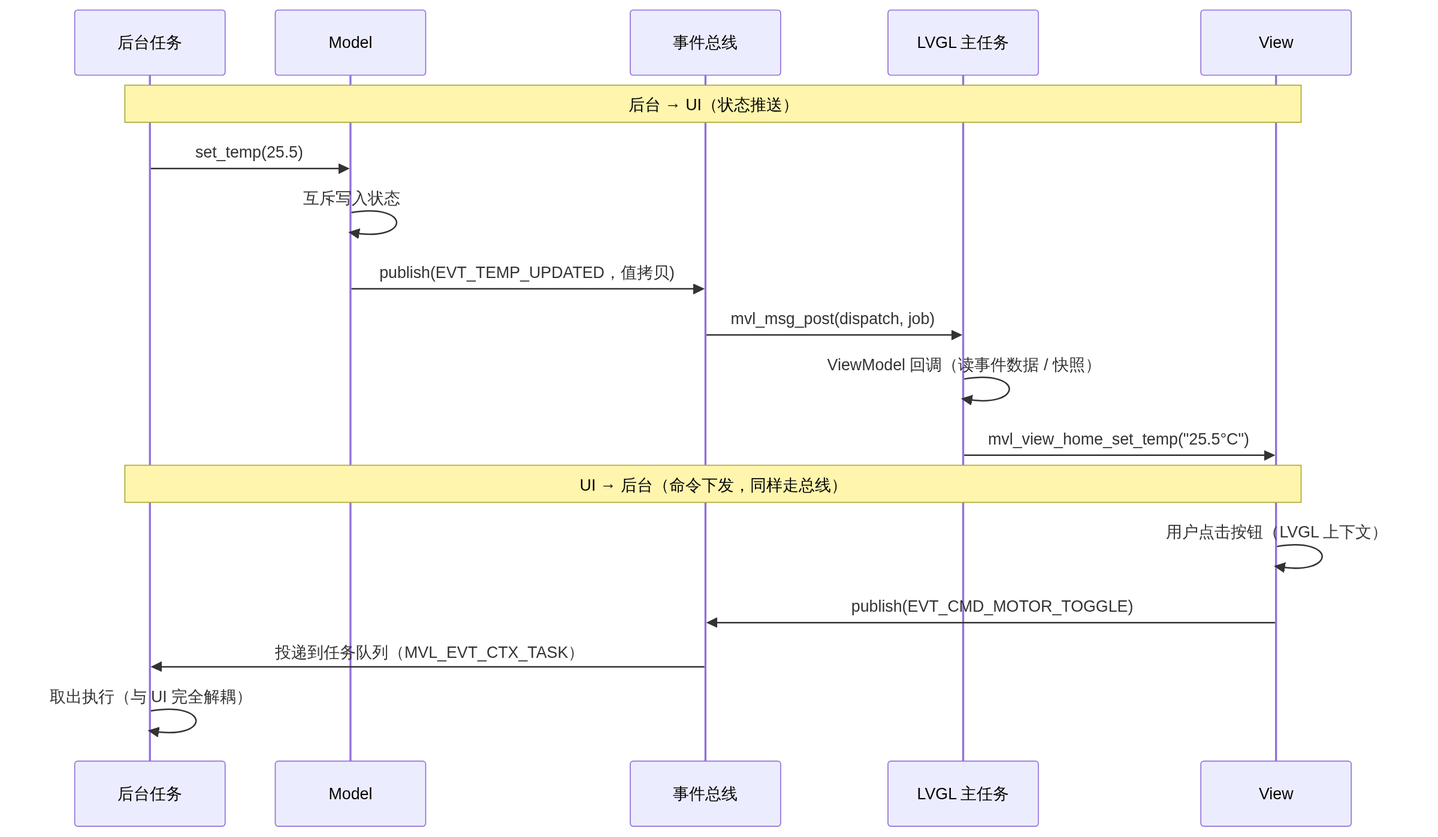
Above: docs/assets/design_05.png in smallerxuan/mvl (Mermaid), before the change. Its source is kept beside it as docs/assets/design_05.mmd. Its diagram source:
```mermaid
sequenceDiagram
    participant T as 后台任务
    participant M as Model
    participant E as 事件总线
    participant G as LVGL 主任务
    participant V as View

    Note over T,V: 后台 → UI（状态推送）
    T->>M: set_temp(25.5)
    M->>M: 互斥写入状态
    M->>E: publish(EVT_TEMP_UPDATED，值拷贝)
    E->>G: mvl_msg_post(dispatch, job)
    G->>G: ViewModel 回调（读事件数据 / 快照）
    G->>V: mvl_view_home_set_temp("25.5°C")

    Note over T,V: UI → 后台（命令下发，同样走总线）
    V->>V: 用户点击按钮（LVGL 上下文）
    V->>E: publish(EVT_CMD_MOTOR_TOGGLE)
    E->>T: 投递到任务队列（MVL_EVT_CTX_TASK）
    T->>T: 取出执行（与 UI 完全解耦）
```
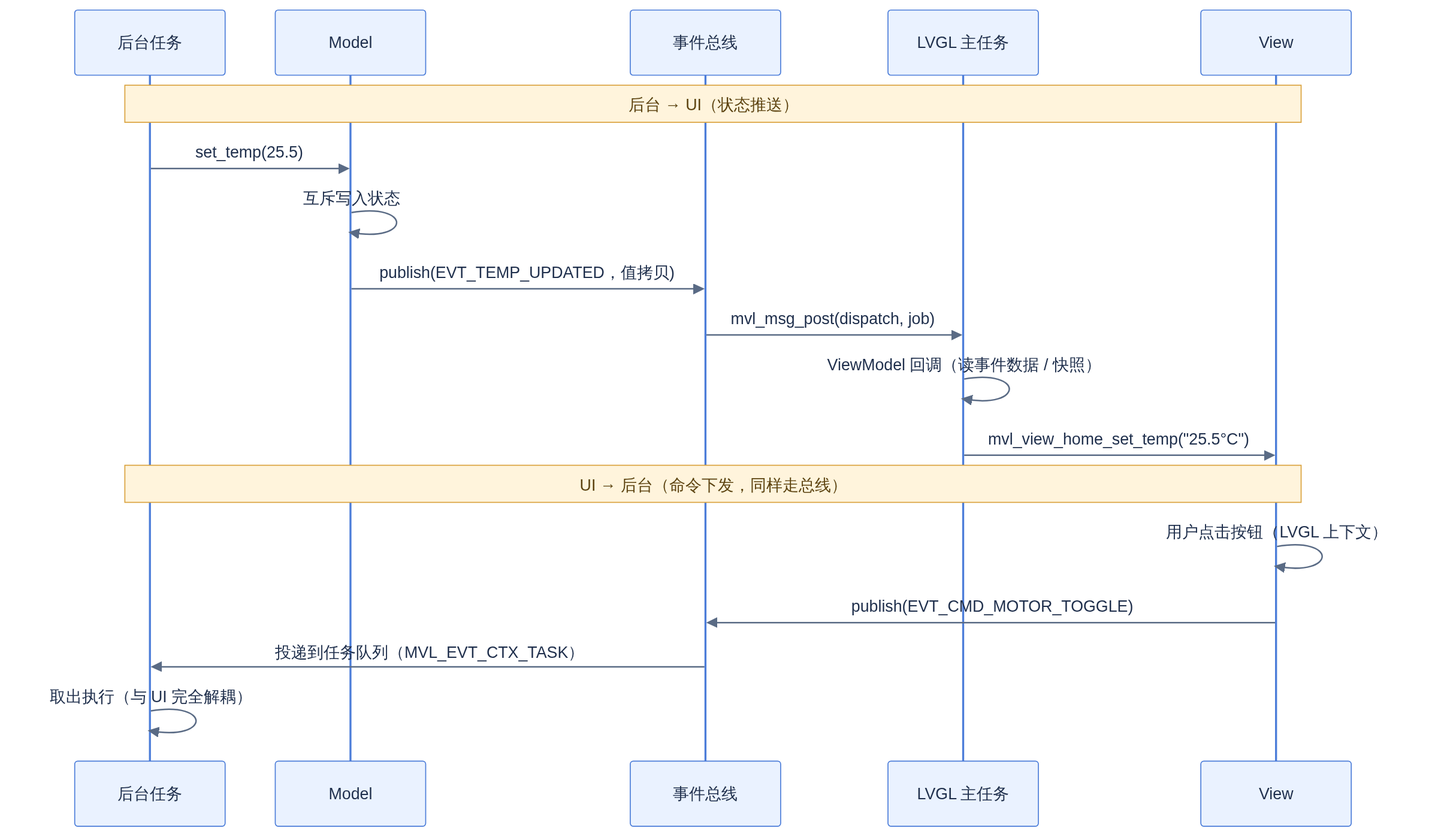
The same file after the commit.

The edit, as a diff of the source:
```diff
@@ -1,3 +1,4 @@
+%%{init: {"theme":"base","themeVariables":{"fontSize":"15px","actorBkg":"#EAF2FF","actorBorder":"#4C7DD9","actorTextColor":"#20304D","signalColor":"#5A6B85","signalTextColor":"#20304D","noteBkgColor":"#FFF4DC","noteBorderColor":"#D9A13B","noteTextColor":"#5C4310","labelBoxBkgColor":"#EAF2FF","labelBoxBorderColor":"#4C7DD9","loopTextColor":"#20304D","activationBorderColor":"#4C7DD9","activationBkgColor":"#D7E6FF","sequenceNumberColor":"#FFFFFF"}}}%%
 sequenceDiagram
     participant T as 后台任务
     participant M as Model
```
